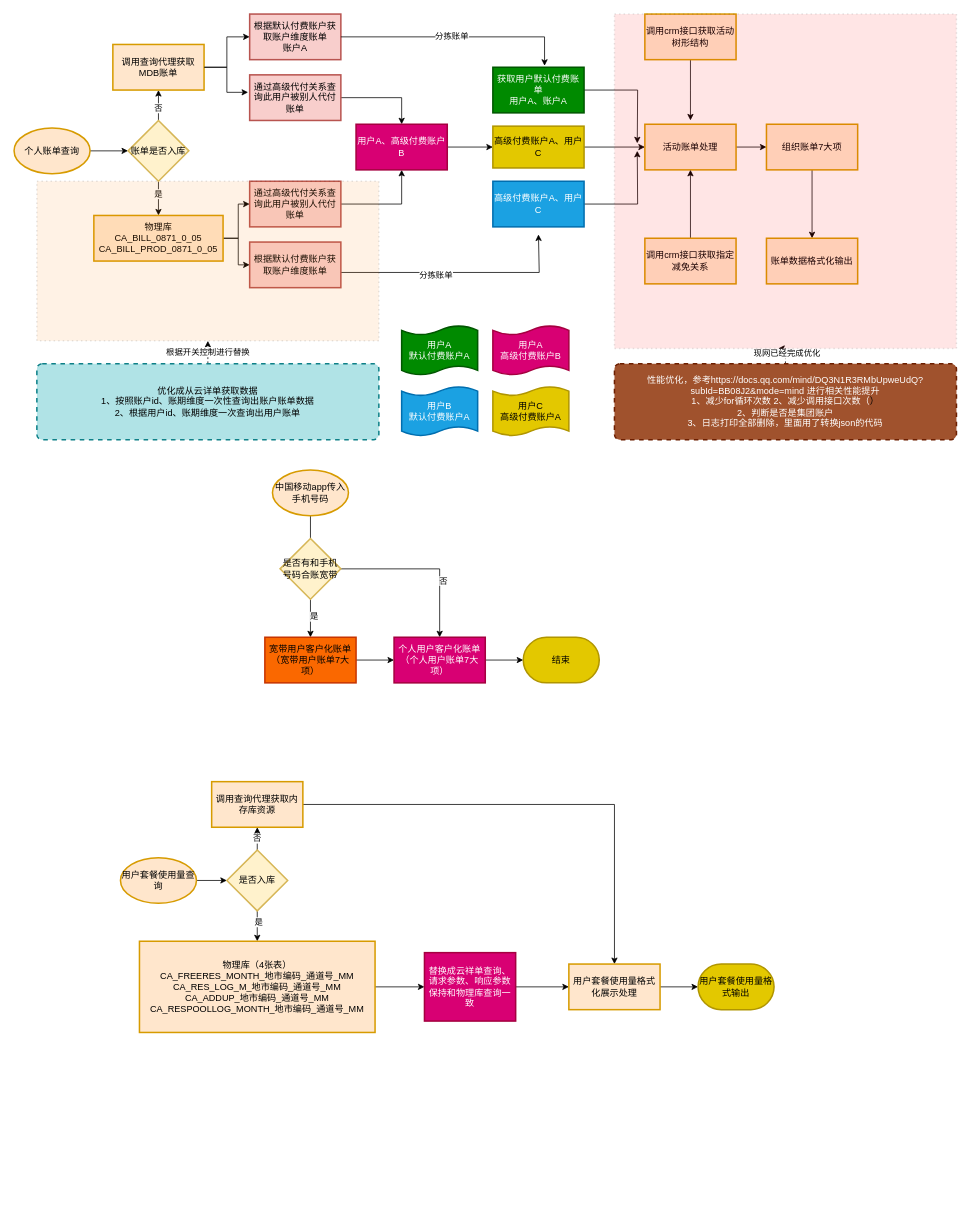
This is 未命名绘图.drawio from 315944211/doc, a draw.io file, before an edit. Source tidied: cells renumbered, new cells numbered last; positions are measured from the earlier drawing's top-left corner, leaving out a move shared by most shapes. Both pictures are drawn from the tidied source at 76%, with x=0, y=0 at pixel (14, 14).
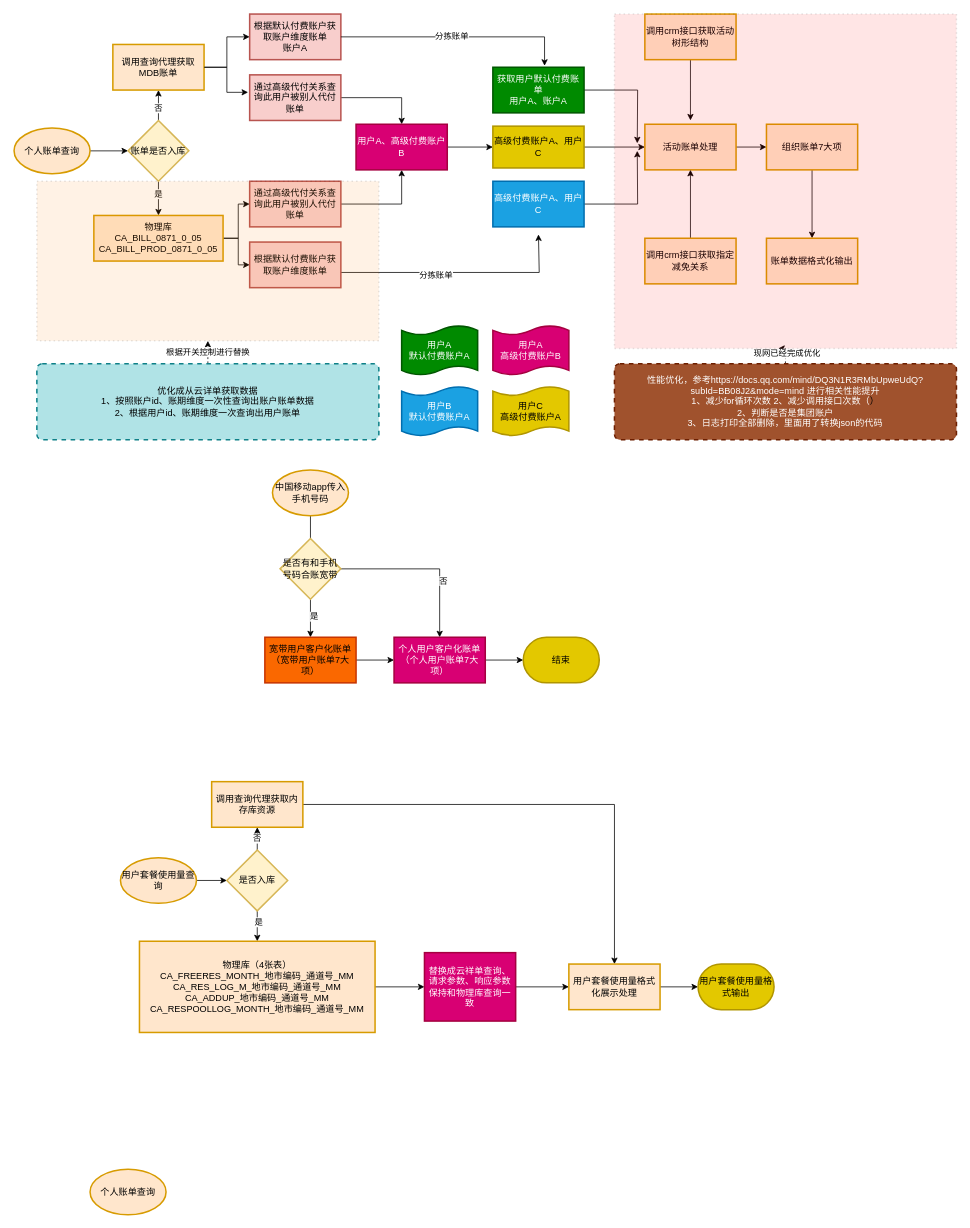
Above is the later version.

Commit message:
更新未命名绘图.drawio

Change to the diagram source:
```diff
@@
+    <mxCell id="79" value="个人账单查询" style="strokeWidth=2;html=1;shape=mxgraph.flowchart.start_1;whiteSpace=wrap;fillColor=#ffe6cc;strokeColor=#d79b00;" parent="1" vertex="1">
+      <mxGeometry x="100" y="1520" width="100" height="60" as="geometry" />
+    </mxCell>
```
